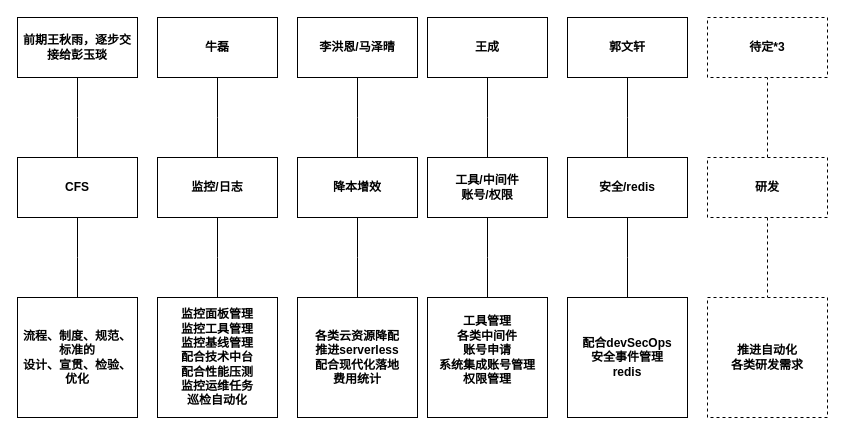
Above: Untitled Diagram.drawio in 463024907/draw.io (draw.io), before the change. Source tidied: cells renumbered, new cells numbered last; positions are measured from the earlier drawing's top-left corner, leaving out a move shared by most shapes. Both pictures are drawn from the tidied source at 100%, with x=0, y=0 at pixel (17, 17).
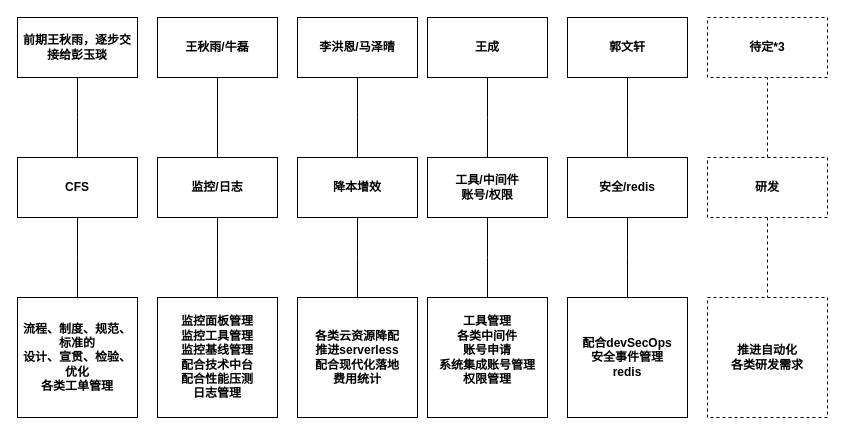
The same diagram, later.

Change to the diagram source:
```diff
@@
-    <mxCell id="17" value="&lt;b&gt;监控面板管理&lt;br&gt;&lt;/b&gt;&lt;b style=&quot;border-color: var(--border-color);&quot;&gt;监控工具管理&lt;br style=&quot;border-color: var(--border-color);&quot;&gt;监控基线管理&lt;br style=&quot;border-color: var(--border-color);&quot;&gt;&lt;/b&gt;&lt;b&gt;配合技术中台&lt;br&gt;配合性能压测&lt;br&gt;监控运维任务&lt;br&gt;&lt;/b&gt;&lt;b style=&quot;border-color: var(--border-color);&quot;&gt;巡检自动化&lt;br style=&quot;border-color: var(--border-color);&quot;&gt;&lt;/b&gt;" style="whiteSpace=wrap;html=1;align=center;newEdgeStyle={&quot;edgeStyle&quot;:&quot;elbowEdgeStyle&quot;,&quot;startArrow&quot;:&quot;none&quot;,&quot;endArrow&quot;:&quot;none&quot;};" parent="1" vertex="1">
+    <mxCell id="17" value="&lt;b&gt;监控面板管理&lt;br&gt;&lt;/b&gt;&lt;b style=&quot;border-color: var(--border-color);&quot;&gt;监控工具管理&lt;br style=&quot;border-color: var(--border-color);&quot;&gt;监控基线管理&lt;br style=&quot;border-color: var(--border-color);&quot;&gt;&lt;/b&gt;&lt;b&gt;配合技术中台&lt;br&gt;配合性能压测&lt;br&gt;&lt;/b&gt;&lt;b style=&quot;border-color: var(--border-color);&quot;&gt;日志管理&lt;br style=&quot;border-color: var(--border-color);&quot;&gt;&lt;/b&gt;" style="whiteSpace=wrap;html=1;align=center;newEdgeStyle={&quot;edgeStyle&quot;:&quot;elbowEdgeStyle&quot;,&quot;startArrow&quot;:&quot;none&quot;,&quot;endArrow&quot;:&quot;none&quot;};" parent="1" vertex="1">
       <mxGeometry x="140" y="280" width="120" height="120" as="geometry" />
     </mxCell>
@@
-    <mxCell id="19" value="&lt;b&gt;流程、制度、规范、标准的&lt;br&gt;设计、宣贯、检验、优化&lt;br&gt;&lt;/b&gt;" style="whiteSpace=wrap;html=1;align=center;newEdgeStyle={&quot;edgeStyle&quot;:&quot;elbowEdgeStyle&quot;,&quot;startArrow&quot;:&quot;none&quot;,&quot;endArrow&quot;:&quot;none&quot;};" parent="1" vertex="1">
+    <mxCell id="19" value="&lt;b&gt;流程、制度、规范、标准的&lt;br&gt;设计、宣贯、检验、优化&lt;br&gt;各类工单管理&lt;br&gt;&lt;/b&gt;" style="whiteSpace=wrap;html=1;align=center;newEdgeStyle={&quot;edgeStyle&quot;:&quot;elbowEdgeStyle&quot;,&quot;startArrow&quot;:&quot;none&quot;,&quot;endArrow&quot;:&quot;none&quot;};" parent="1" vertex="1">
       <mxGeometry y="280" width="120" height="120" as="geometry" />
     </mxCell>
@@
-    <mxCell id="23" value="&lt;b&gt;牛磊&lt;/b&gt;" style="whiteSpace=wrap;html=1;align=center;newEdgeStyle={&quot;edgeStyle&quot;:&quot;elbowEdgeStyle&quot;,&quot;startArrow&quot;:&quot;none&quot;,&quot;endArrow&quot;:&quot;none&quot;};" parent="1" vertex="1">
+    <mxCell id="23" value="&lt;b&gt;王秋雨/牛磊&lt;/b&gt;" style="whiteSpace=wrap;html=1;align=center;newEdgeStyle={&quot;edgeStyle&quot;:&quot;elbowEdgeStyle&quot;,&quot;startArrow&quot;:&quot;none&quot;,&quot;endArrow&quot;:&quot;none&quot;};" parent="1" vertex="1">
       <mxGeometry x="140" width="120" height="60" as="geometry" />
     </mxCell>
```
